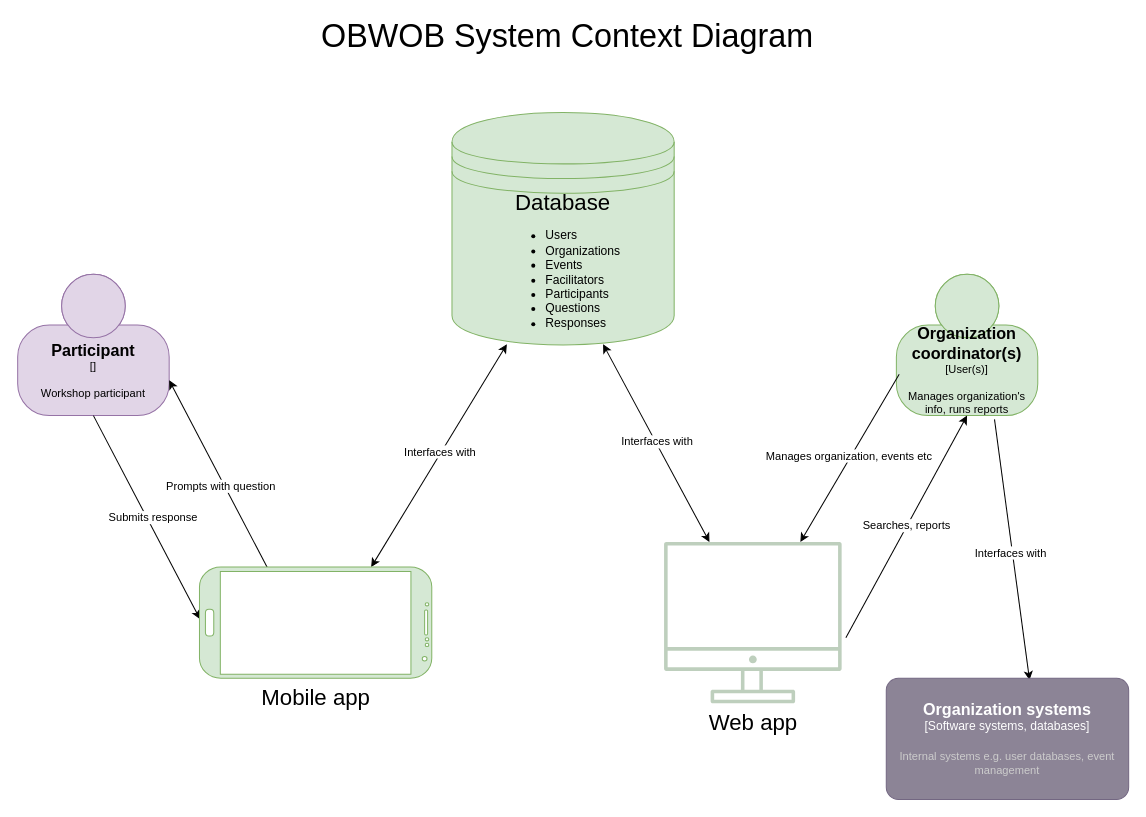
The draw.io diagram documentation/c4-diagrams/1_obwob_system_context_diagram.drawio in laurapg1214/impact-web-interface, before the edit. Source tidied: cells renumbered, new cells numbered last; positions are measured from the earlier drawing's top-left corner, leaving out a move shared by most shapes. Both pictures are drawn from the tidied source at 101%, with x=0, y=0 at pixel (17, 21).
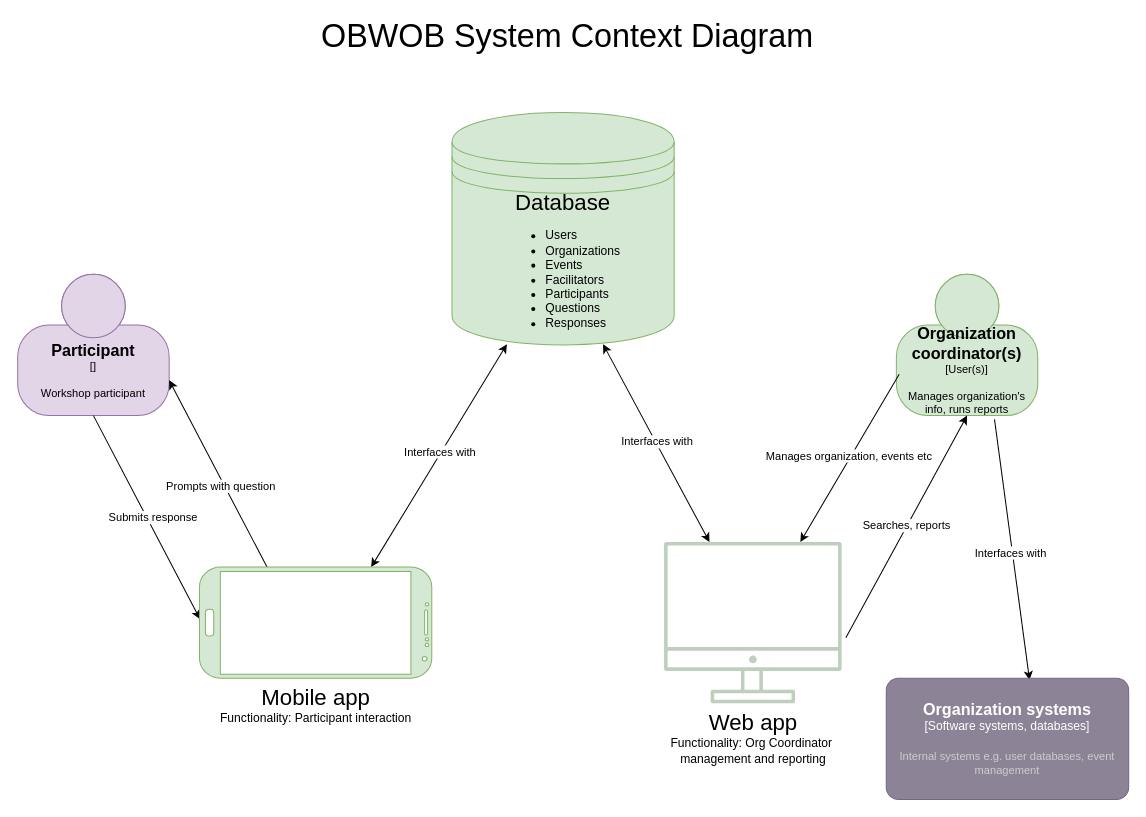
The same diagram, later.

Commit message:
added mobile vs web app functionality summaries

Diff of the diagram source:
```diff
@@
-    <mxCell id="12" value="&lt;font style=&quot;font-size: 22px;&quot;&gt;Mobile app&lt;/font&gt;" style="verticalLabelPosition=bottom;verticalAlign=top;html=1;shadow=0;dashed=0;strokeWidth=1;shape=mxgraph.android.phone2;strokeColor=#82b366;direction=south;fillColor=#d5e8d4;" parent="1" vertex="1">
+    <mxCell id="12" value="&lt;font style=&quot;font-size: 22px;&quot;&gt;Mobile app&lt;/font&gt;&lt;div&gt;&lt;font style=&quot;font-size: 12px;&quot;&gt;Functionality: Participant interaction&lt;/font&gt;&lt;/div&gt;" style="verticalLabelPosition=bottom;verticalAlign=top;html=1;shadow=0;dashed=0;strokeWidth=1;shape=mxgraph.android.phone2;strokeColor=#82b366;direction=south;fillColor=#d5e8d4;" parent="1" vertex="1">
       <mxGeometry x="180" y="540" width="230" height="110" as="geometry" />
     </mxCell>
-    <mxCell id="13" value="&lt;font style=&quot;font-size: 22px;&quot;&gt;Web app&lt;/font&gt;" style="sketch=0;outlineConnect=0;strokeColor=#668C50;fillColor=#BECFBD;dashed=0;verticalLabelPosition=bottom;verticalAlign=top;align=center;html=1;fontSize=12;fontStyle=0;shape=mxgraph.aws4.illustration_desktop;" parent="1" vertex="1">
+    <mxCell id="13" value="&lt;font style=&quot;font-size: 22px;&quot;&gt;Web app&lt;/font&gt;&lt;div&gt;&lt;font style=&quot;font-size: 12px;&quot;&gt;Functionality: Org Coordinator&amp;nbsp;&lt;/font&gt;&lt;/div&gt;&lt;div&gt;&lt;font style=&quot;font-size: 12px;&quot;&gt;management and reporting&lt;/font&gt;&lt;/div&gt;" style="sketch=0;outlineConnect=0;strokeColor=#668C50;fillColor=#BECFBD;dashed=0;verticalLabelPosition=bottom;verticalAlign=top;align=center;html=1;fontSize=12;fontStyle=0;shape=mxgraph.aws4.illustration_desktop;" parent="1" vertex="1">
       <mxGeometry x="640" y="515" width="175.8" height="160" as="geometry" />
     </mxCell>
```
